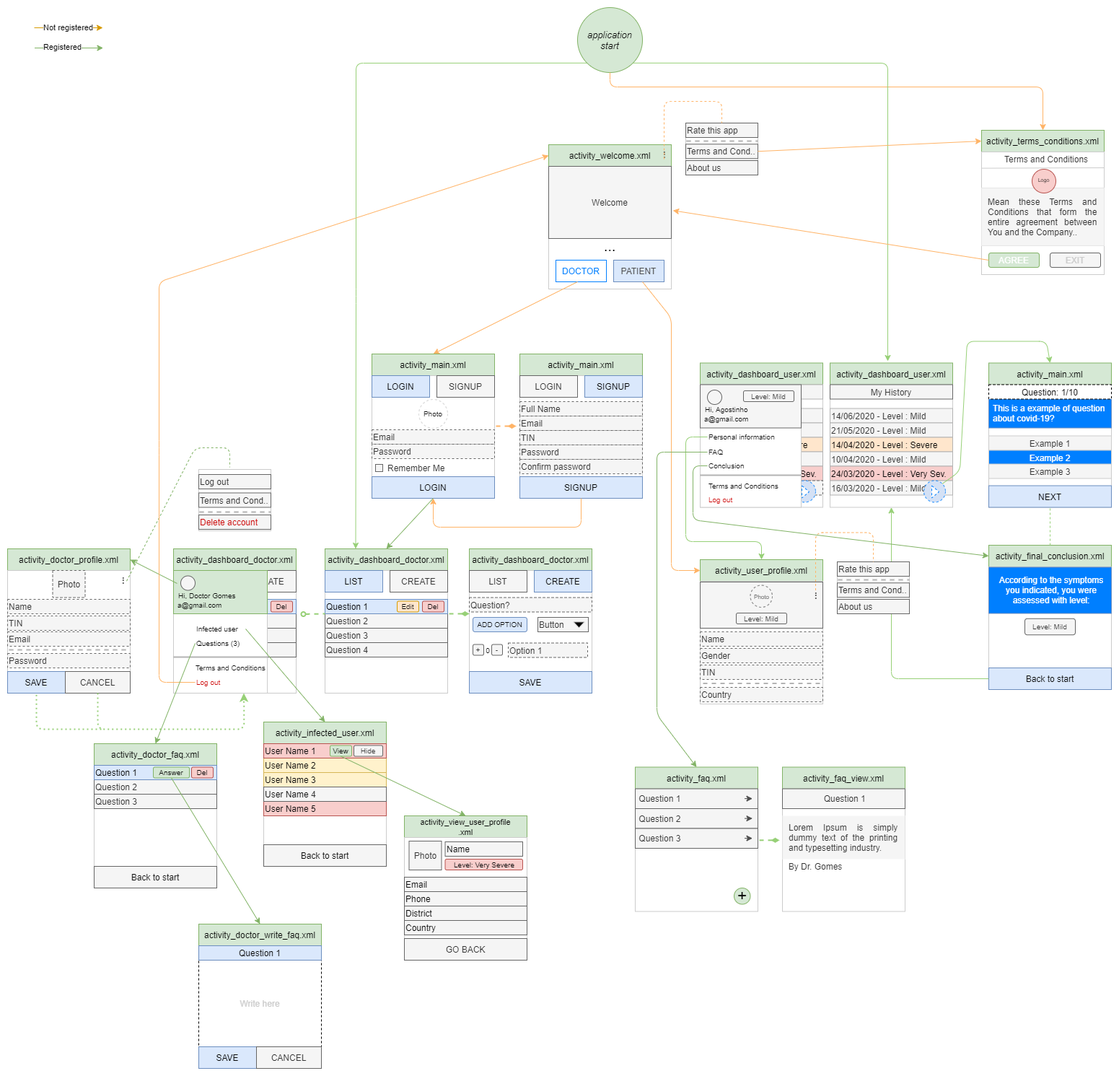
Above: documentation/draw-nav_activity.png in agostinhoramos/Testing_COVID_19 (draw.io), before the change. Source tidied: cells renumbered, new cells last; positions are measured from the earlier drawing's top-left corner, leaving out a move shared by most shapes.
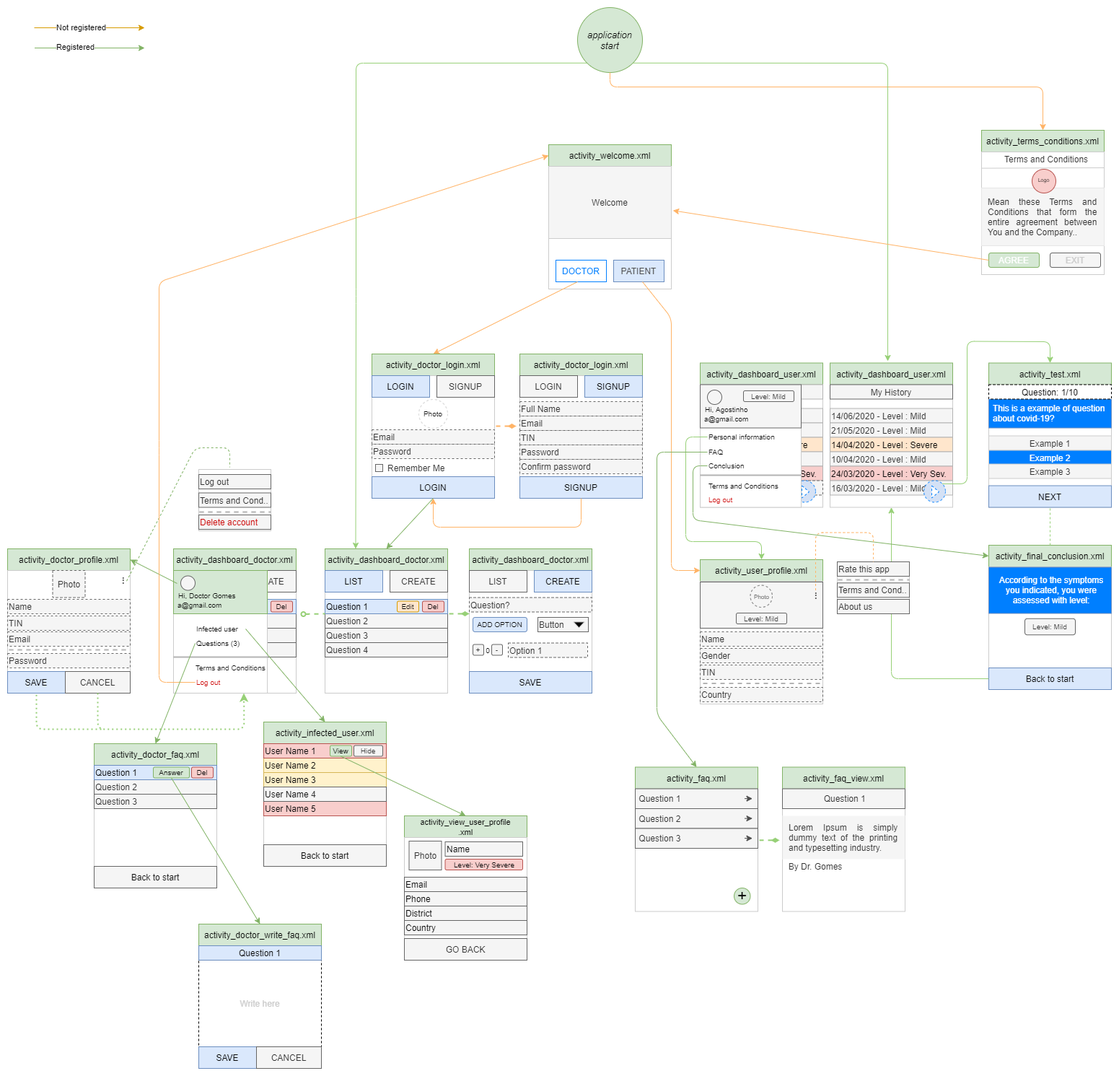
Above is the later version.

Change to the diagram source:
```diff
@@ -8,7 +8,7 @@
     <mxCell id="3" style="rounded=0;whiteSpace=wrap;html=1;fillColor=#ffffff;gradientColor=none;strokeColor=#CCCCCC;strokeWidth=1;" parent="1" vertex="1">
       <mxGeometry x="750" y="220" width="170" height="170" as="geometry" />
     </mxCell>
-    <mxCell id="4" value="Welcome" style="rounded=0;whiteSpace=wrap;html=1;fillColor=#f5f5f5;strokeColor=#666666;fontColor=#333333;" parent="1" vertex="1">
+    <mxCell id="4" value="Welcome" style="rounded=0;whiteSpace=wrap;html=1;fillColor=#f5f5f5;fontColor=#333333;strokeColor=#CCCCCC;" parent="1" vertex="1">
       <mxGeometry x="750" y="220" width="170" height="100" as="geometry" />
     </mxCell>
     <mxCell id="5" value="DOCTOR" style="rounded=0;whiteSpace=wrap;html=1;strokeColor=#007FFF;fontColor=#007FFF;" parent="1" vertex="1">
@@ -31,7 +31,7 @@
         </Array>
       </mxGeometry>
     </mxCell>
-    <mxCell id="9" value="activity_main.xml" style="rounded=0;whiteSpace=wrap;html=1;fillColor=#d5e8d4;strokeColor=#82b366;" parent="1" vertex="1">
+    <mxCell id="9" value="activity_doctor_login.xml" style="rounded=0;whiteSpace=wrap;html=1;fillColor=#d5e8d4;strokeColor=#82b366;" parent="1" vertex="1">
       <mxGeometry x="505" y="480" width="170" height="30" as="geometry" />
     </mxCell>
     <mxCell id="10" style="rounded=0;whiteSpace=wrap;html=1;fillColor=#ffffff;gradientColor=none;strokeColor=#CCCCCC;strokeWidth=1;" parent="1" vertex="1">
@@ -287,7 +287,7 @@
         </Array>
       </mxGeometry>
     </mxCell>
-    <mxCell id="83" value="activity_main.xml" style="rounded=0;whiteSpace=wrap;html=1;fillColor=#d5e8d4;strokeColor=#82b366;" parent="1" vertex="1">
+    <mxCell id="83" value="activity_doctor_login.xml" style="rounded=0;whiteSpace=wrap;html=1;fillColor=#d5e8d4;strokeColor=#82b366;" parent="1" vertex="1">
       <mxGeometry x="710" y="480" width="170" height="30" as="geometry" />
     </mxCell>
     <mxCell id="84" style="rounded=0;whiteSpace=wrap;html=1;fillColor=#ffffff;gradientColor=none;strokeColor=#CCCCCC;strokeWidth=1;" parent="1" vertex="1">
@@ -476,33 +476,6 @@
     <mxCell id="138" value="My History" style="rounded=0;whiteSpace=wrap;html=1;fillColor=#f5f5f5;strokeColor=#666666;fontColor=#333333;align=center;fontStyle=0;" parent="1" vertex="1">
       <mxGeometry x="1140" y="522.5" width="170" height="20" as="geometry" />
     </mxCell>
-    <mxCell id="139" value="&lt;b&gt;...&lt;/b&gt;" style="rounded=0;whiteSpace=wrap;html=1;fillColor=none;strokeColor=none;fontColor=#333333;rotation=90;" parent="1" vertex="1">
-      <mxGeometry x="900" y="193.8" width="30" height="22.5" as="geometry" />
-    </mxCell>
-    <mxCell id="140" style="rounded=0;whiteSpace=wrap;html=1;fillColor=#ffffff;gradientColor=none;strokeColor=#CCCCCC;strokeWidth=1;" parent="1" vertex="1">
-      <mxGeometry x="940" y="160" width="100" height="70" as="geometry" />
-    </mxCell>
-    <mxCell id="141" style="endArrow=none;dashed=1;html=1;strokeColor=#B3B3B3;strokeWidth=2;fontSize=10;" parent="1" edge="1">
-      <mxGeometry relative="1" as="geometry">
-        <mxPoint x="941" y="185" as="sourcePoint" />
-        <mxPoint x="1040" y="185" as="targetPoint" />
-      </mxGeometry>
-    </mxCell>
-    <mxCell id="142" value="Rate this app" style="rounded=0;whiteSpace=wrap;html=1;fillColor=#f5f5f5;strokeColor=#666666;fontColor=#333333;align=left;" parent="1" vertex="1">
-      <mxGeometry x="940" y="160" width="100" height="20" as="geometry" />
-    </mxCell>
-    <mxCell id="143" value="About us" style="rounded=0;whiteSpace=wrap;html=1;fillColor=#f5f5f5;strokeColor=#666666;fontColor=#333333;align=left;" parent="1" vertex="1">
-      <mxGeometry x="940" y="212" width="100" height="20" as="geometry" />
-    </mxCell>
-    <mxCell id="144" style="endArrow=none;html=1;strokeColor=#FFB366;entryX=0.5;entryY=0;entryDx=0;entryDy=0;endFill=0;dashed=1;" parent="1" edge="1" target="140">
-      <mxGeometry relative="1" as="geometry">
-        <mxPoint x="910" y="210" as="sourcePoint" />
-        <Array as="points">
-          <mxPoint x="910" y="130" />
-          <mxPoint x="990" y="130" />
-        </Array>
-      </mxGeometry>
-    </mxCell>
     <mxCell id="145" value="21/05/2020 - Level : Mild" style="rounded=0;whiteSpace=wrap;html=1;fillColor=#f5f5f5;fontColor=#333333;align=left;strokeColor=#B3B3B3;" parent="1" vertex="1">
       <mxGeometry x="1140" y="575.5" width="170" height="20" as="geometry" />
     </mxCell>
@@ -527,7 +500,7 @@
     <mxCell id="152" style="triangle;whiteSpace=wrap;html=1;shadow=0;dashed=1;comic=0;strokeColor=#007FFF;strokeWidth=1;fillColor=#FFFFFF;gradientColor=none;fontSize=10;fontColor=#4D4D4D;align=center;" parent="1" vertex="1">
       <mxGeometry x="1281" y="662.5" width="10" height="17" as="geometry" />
     </mxCell>
-    <mxCell id="153" value="activity_main.xml" style="rounded=0;whiteSpace=wrap;html=1;fillColor=#d5e8d4;strokeColor=#82b366;" parent="1" vertex="1">
+    <mxCell id="153" value="activity_test.xml" style="rounded=0;whiteSpace=wrap;html=1;fillColor=#d5e8d4;strokeColor=#82b366;" parent="1" vertex="1">
       <mxGeometry x="1360" y="492.5" width="170" height="30" as="geometry" />
     </mxCell>
     <mxCell id="154" style="rounded=0;whiteSpace=wrap;html=1;fillColor=#ffffff;gradientColor=none;strokeColor=#CCCCCC;strokeWidth=1;" parent="1" vertex="1">
@@ -554,9 +527,9 @@
     <mxCell id="161" style="endArrow=classic;html=1;strokeColor=#97D077;strokeWidth=1;fontSize=10;fontColor=#FFFFFF;entryX=0.5;entryY=0;entryDx=0;entryDy=0;exitX=1;exitY=0;exitDx=0;exitDy=0;" parent="1" edge="1" source="151" target="153">
       <mxGeometry relative="1" as="geometry">
         <Array as="points">
-          <mxPoint x="1320" y="642.5" />
+          <mxPoint x="1330" y="660" />
           <mxPoint x="1330" y="462.5" />
-          <mxPoint x="1440" y="462.5" />
+          <mxPoint x="1445" y="463" />
         </Array>
       </mxGeometry>
     </mxCell>
@@ -689,9 +662,6 @@
         <mxPoint x="1131" y="936.5" as="targetPoint" />
       </mxGeometry>
     </mxCell>
-    <mxCell id="200" value="&lt;font style=&quot;font-size: 20px&quot;&gt;...&lt;/font&gt;" style="text;html=1;strokeColor=none;fillColor=none;align=center;verticalAlign=middle;whiteSpace=wrap;rounded=0;" parent="1" vertex="1">
-      <mxGeometry x="815" y="320" width="40" height="20" as="geometry" />
-    </mxCell>
     <mxCell id="201" value="Level: Mild" style="rounded=1;whiteSpace=wrap;html=1;shadow=0;comic=0;strokeColor=#666666;strokeWidth=1;fillColor=#f5f5f5;fontSize=10;fontColor=#333333;" parent="1" vertex="1">
       <mxGeometry x="1410" y="846.8" width="70" height="22.5" as="geometry" />
     </mxCell>
@@ -717,9 +687,6 @@
         </Array>
       </mxGeometry>
     </mxCell>
-    <mxCell id="206" value="Terms and Cond.." style="rounded=0;whiteSpace=wrap;html=1;fillColor=#f5f5f5;strokeColor=#666666;fontColor=#333333;align=left;" parent="1" vertex="1">
-      <mxGeometry x="940" y="189.2" width="100" height="20" as="geometry" />
-    </mxCell>
     <mxCell id="207" style="endArrow=none;dashed=1;html=1;exitX=0.5;exitY=0;exitDx=0;exitDy=0;entryX=0.5;entryY=1;entryDx=0;entryDy=0;strokeColor=#97D077;" parent="1" edge="1" source="184" target="156">
       <mxGeometry relative="1" as="geometry" />
     </mxCell>
@@ -761,9 +728,6 @@
         </Array>
       </mxGeometry>
     </mxCell>
-    <mxCell id="216" style="endArrow=classic;html=1;strokeColor=#FFB366;entryX=0;entryY=0.5;entryDx=0;entryDy=0;exitX=1;exitY=0.5;exitDx=0;exitDy=0;" parent="1" edge="1" source="206" target="210">
-      <mxGeometry relative="1" as="geometry" />
-    </mxCell>
     <mxCell id="217" value="&lt;div style=&quot;text-align: justify&quot;&gt;&lt;span style=&quot;font-size: 23px&quot;&gt;+&lt;/span&gt;&lt;/div&gt;" style="ellipse;whiteSpace=wrap;html=1;align=center;fillColor=#d5e8d4;strokeColor=#82b366;" parent="1" vertex="1">
       <mxGeometry x="1007" y="1220" width="22.5" height="22.5" as="geometry" />
     </mxCell>
@@ -850,7 +814,7 @@
     <mxCell id="237" style="endArrow=classic;html=1;strokeColor=#d79b00;fillColor=#ffe6cc;exitX=0.5;exitY=1;exitDx=0;exitDy=0;" parent="1" edge="1">
       <mxGeometry relative="1" as="geometry">
         <mxPoint x="37" y="28" as="sourcePoint" />
-        <mxPoint x="132" y="28" as="targetPoint" />
+        <mxPoint x="190" y="28" as="targetPoint" />
       </mxGeometry>
     </mxCell>
     <mxCell id="238" value="Not registered" style="edgeLabel;html=1;align=center;verticalAlign=middle;" parent="237" vertex="1">
@@ -861,12 +825,12 @@
     <mxCell id="239" style="endArrow=classic;html=1;strokeColor=#82b366;fillColor=#d5e8d4;exitX=0.5;exitY=1;exitDx=0;exitDy=0;" parent="1" edge="1">
       <mxGeometry relative="1" as="geometry">
         <mxPoint x="37.5" y="56" as="sourcePoint" />
-        <mxPoint x="132.5" y="56" as="targetPoint" />
+        <mxPoint x="190" y="56" as="targetPoint" />
       </mxGeometry>
     </mxCell>
     <mxCell id="240" value="Registered" style="edgeLabel;html=1;align=center;verticalAlign=middle;" parent="239" vertex="1">
       <mxGeometry x="-0.67" y="2" relative="1" as="geometry">
-        <mxPoint x="22.5" as="offset" />
+        <mxPoint x="30.5" as="offset" />
       </mxGeometry>
     </mxCell>
     <mxCell id="241" style="rounded=0;whiteSpace=wrap;html=1;fillColor=#ffffff;gradientColor=none;strokeColor=#CCCCCC;strokeWidth=1;" parent="1" vertex="1">
```
